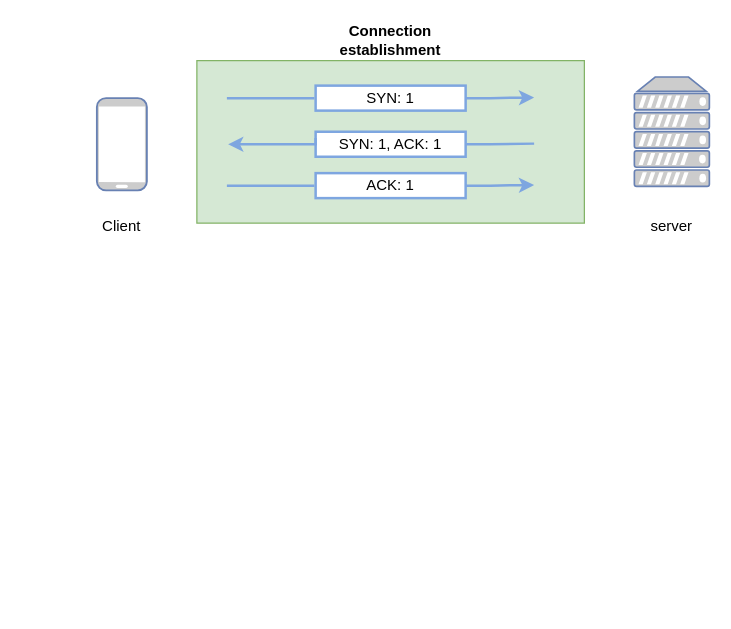
Above: tcp-three-way-handshake.drawio in baoqger/drawing.io (draw.io), before the change. Source tidied: cells renumbered, new cells numbered last; positions are measured from the earlier drawing's top-left corner, leaving out a move shared by most shapes. Both pictures are drawn from the tidied source at 125%, with x=0, y=0 at pixel (84, 21).
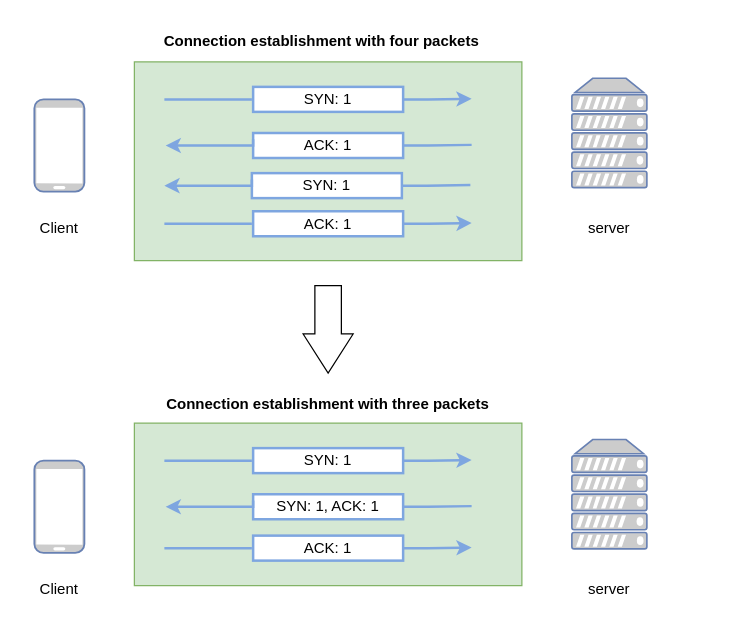
After the change.

The edit, as a diff of the source:
```diff
@@
-    <mxCell id="2" style="group;" parent="1" vertex="1">
-      <mxGeometry width="500" height="178.5" as="geometry" />
-    </mxCell>
+    <mxCell id="18" style="fontColor=#0066CC;verticalAlign=top;verticalLabelPosition=bottom;labelPosition=center;align=center;html=1;fillColor=#CCCCCC;strokeColor=#6881B3;gradientColor=none;gradientDirection=north;strokeWidth=2;shape=mxgraph.networks.server;" parent="1" vertex="1">
+      <mxGeometry x="390" y="45.1" width="60" height="87.5" as="geometry" />
+    </mxCell>
+    <mxCell id="19" style="fontColor=#0066CC;verticalAlign=top;verticalLabelPosition=bottom;labelPosition=center;align=center;html=1;fillColor=#CCCCCC;strokeColor=#6881B3;gradientColor=none;gradientDirection=north;strokeWidth=2;shape=mxgraph.networks.mobile;" parent="1" vertex="1">
+      <mxGeometry x="-40" y="62" width="40" height="73.8" as="geometry" />
+    </mxCell>
+    <mxCell id="20" value="Client" style="text;html=1;strokeColor=none;fillColor=none;align=center;verticalAlign=middle;whiteSpace=wrap;rounded=0;" parent="1" vertex="1">
+      <mxGeometry x="-50" y="149.5" width="60" height="30" as="geometry" />
+    </mxCell>
+    <mxCell id="21" value="server" style="text;html=1;strokeColor=none;fillColor=none;align=center;verticalAlign=middle;whiteSpace=wrap;rounded=0;" parent="1" vertex="1">
+      <mxGeometry x="390" y="149.5" width="60" height="30" as="geometry" />
+    </mxCell>
+    <mxCell id="22" style="rounded=0;whiteSpace=wrap;html=1;strokeColor=#82b366;strokeWidth=1;fillColor=#d5e8d4;" parent="1" vertex="1">
+      <mxGeometry x="40" y="32" width="310" height="159" as="geometry" />
+    </mxCell>
+    <mxCell id="23" value="Connection establishment with four packets" style="text;html=1;strokeColor=none;fillColor=none;align=center;verticalAlign=middle;whiteSpace=wrap;rounded=0;fontStyle=1;" parent="1" vertex="1">
+      <mxGeometry x="40" y="1" width="300" height="30" as="geometry" />
+    </mxCell>
+    <mxCell id="24" value="SYN: 1" style="rounded=0;whiteSpace=wrap;html=1;strokeColor=#7EA6E0;strokeWidth=2;" parent="1" vertex="1">
+      <mxGeometry x="135" y="52" width="120" height="20" as="geometry" />
+    </mxCell>
+    <mxCell id="25" style="endArrow=classic;html=1;rounded=0;edgeStyle=orthogonalEdgeStyle;strokeColor=#7EA6E0;strokeWidth=2;" parent="1" edge="1">
+      <mxGeometry x="150" y="70" as="geometry">
+        <mxPoint x="254.8" y="62" as="sourcePoint" />
+        <mxPoint x="309.8" y="61.5" as="targetPoint" />
+        <Array as="points">
+          <mxPoint x="274.8" y="62" />
+          <mxPoint x="274.8" y="62" />
+        </Array>
+      </mxGeometry>
+    </mxCell>
+    <mxCell id="26" style="line;strokeWidth=2;html=1;labelBorderColor=#3399FF;strokeColor=#7EA6E0;" parent="1" vertex="1">
+      <mxGeometry x="64" y="57" width="70" height="10" as="geometry" />
+    </mxCell>
+    <mxCell id="27" value="ACK: 1" style="rounded=0;whiteSpace=wrap;html=1;strokeColor=#7EA6E0;strokeWidth=2;" parent="1" vertex="1">
+      <mxGeometry x="135" y="88.9" width="120" height="20" as="geometry" />
+    </mxCell>
+    <mxCell id="28" style="endArrow=none;html=1;rounded=0;edgeStyle=orthogonalEdgeStyle;strokeColor=#7EA6E0;strokeWidth=2;endFill=0;" parent="1" edge="1">
+      <mxGeometry x="150" y="70" as="geometry">
+        <mxPoint x="254.8" y="98.9" as="sourcePoint" />
+        <mxPoint x="309.8" y="98.4" as="targetPoint" />
+        <Array as="points">
+          <mxPoint x="274.8" y="98.9" />
+          <mxPoint x="274.8" y="98.9" />
+        </Array>
+      </mxGeometry>
+    </mxCell>
+    <mxCell id="29" style="endArrow=none;html=1;rounded=0;edgeStyle=orthogonalEdgeStyle;strokeColor=#7EA6E0;strokeWidth=2;startArrow=classic;startFill=1;endFill=0;entryX=0;entryY=0.25;entryDx=0;entryDy=0;" parent="1" edge="1" target="27">
+      <mxGeometry x="150" y="70" as="geometry">
+        <mxPoint x="65" y="98.9" as="sourcePoint" />
+        <Array as="points">
+          <mxPoint x="135" y="99" />
+        </Array>
+      </mxGeometry>
+    </mxCell>
+    <mxCell id="30" value="ACK: 1" style="rounded=0;whiteSpace=wrap;html=1;strokeColor=#7EA6E0;strokeWidth=2;" parent="1" vertex="1">
+      <mxGeometry x="135" y="151.5" width="120" height="20" as="geometry" />
+    </mxCell>
+    <mxCell id="31" style="endArrow=classic;html=1;rounded=0;edgeStyle=orthogonalEdgeStyle;strokeColor=#7EA6E0;strokeWidth=2;" parent="1" edge="1">
+      <mxGeometry x="150" y="99.5" as="geometry">
+        <mxPoint x="254.8" y="161.5" as="sourcePoint" />
+        <mxPoint x="309.8" y="161" as="targetPoint" />
+        <Array as="points">
+          <mxPoint x="274.8" y="161.5" />
+          <mxPoint x="274.8" y="161.5" />
+        </Array>
+      </mxGeometry>
+    </mxCell>
+    <mxCell id="32" style="line;strokeWidth=2;html=1;labelBorderColor=#3399FF;strokeColor=#7EA6E0;" parent="1" vertex="1">
+      <mxGeometry x="64" y="156.5" width="70" height="10" as="geometry" />
+    </mxCell>
+    <mxCell id="33" value="SYN: 1" style="rounded=0;whiteSpace=wrap;html=1;strokeColor=#7EA6E0;strokeWidth=2;" parent="1" vertex="1">
+      <mxGeometry x="134" y="121" width="120" height="20" as="geometry" />
+    </mxCell>
+    <mxCell id="34" style="endArrow=none;html=1;rounded=0;edgeStyle=orthogonalEdgeStyle;strokeColor=#7EA6E0;strokeWidth=2;endFill=0;" parent="1" edge="1">
+      <mxGeometry x="149" y="102.1" as="geometry">
+        <mxPoint x="253.8" y="131" as="sourcePoint" />
+        <mxPoint x="308.8" y="130.5" as="targetPoint" />
+        <Array as="points">
+          <mxPoint x="273.8" y="131" />
+          <mxPoint x="273.8" y="131" />
+        </Array>
+      </mxGeometry>
+    </mxCell>
+    <mxCell id="35" style="endArrow=none;html=1;rounded=0;edgeStyle=orthogonalEdgeStyle;strokeColor=#7EA6E0;strokeWidth=2;startArrow=classic;startFill=1;endFill=0;entryX=0;entryY=0.25;entryDx=0;entryDy=0;" parent="1" edge="1" target="33">
+      <mxGeometry x="149" y="102.1" as="geometry">
+        <mxPoint x="64" y="131" as="sourcePoint" />
+        <Array as="points">
+          <mxPoint x="134" y="131.1" />
+        </Array>
+      </mxGeometry>
+    </mxCell>
+    <mxCell id="36" value="Connection establishment with three packets" style="text;html=1;strokeColor=none;fillColor=none;align=center;verticalAlign=middle;whiteSpace=wrap;rounded=0;fontStyle=1;" parent="1" vertex="1">
+      <mxGeometry x="40" y="291" width="310" height="30" as="geometry" />
+    </mxCell>
-    <mxCell id="3" style="fontColor=#0066CC;verticalAlign=top;verticalLabelPosition=bottom;labelPosition=center;align=center;html=1;fillColor=#CCCCCC;strokeColor=#6881B3;gradientColor=none;gradientDirection=north;strokeWidth=2;shape=mxgraph.networks.server;" parent="2" vertex="1">
-      <mxGeometry x="440" y="44.1" width="60" height="87.5" as="geometry" />
+    <mxCell id="3" style="fontColor=#0066CC;verticalAlign=top;verticalLabelPosition=bottom;labelPosition=center;align=center;html=1;fillColor=#CCCCCC;strokeColor=#6881B3;gradientColor=none;gradientDirection=north;strokeWidth=2;shape=mxgraph.networks.server;" parent="1" vertex="1">
+      <mxGeometry x="390" y="334.1" width="60" height="87.5" as="geometry" />
     </mxCell>
-    <mxCell id="4" style="fontColor=#0066CC;verticalAlign=top;verticalLabelPosition=bottom;labelPosition=center;align=center;html=1;fillColor=#CCCCCC;strokeColor=#6881B3;gradientColor=none;gradientDirection=north;strokeWidth=2;shape=mxgraph.networks.mobile;" parent="2" vertex="1">
-      <mxGeometry x="10" y="61" width="40" height="73.8" as="geometry" />
+    <mxCell id="4" style="fontColor=#0066CC;verticalAlign=top;verticalLabelPosition=bottom;labelPosition=center;align=center;html=1;fillColor=#CCCCCC;strokeColor=#6881B3;gradientColor=none;gradientDirection=north;strokeWidth=2;shape=mxgraph.networks.mobile;" parent="1" vertex="1">
+      <mxGeometry x="-40" y="351" width="40" height="73.8" as="geometry" />
     </mxCell>
-    <mxCell id="5" value="Client" style="text;html=1;strokeColor=none;fillColor=none;align=center;verticalAlign=middle;whiteSpace=wrap;rounded=0;" parent="2" vertex="1">
-      <mxGeometry y="148.5" width="60" height="30" as="geometry" />
+    <mxCell id="5" value="Client" style="text;html=1;strokeColor=none;fillColor=none;align=center;verticalAlign=middle;whiteSpace=wrap;rounded=0;" parent="1" vertex="1">
+      <mxGeometry x="-50" y="438.5" width="60" height="30" as="geometry" />
     </mxCell>
-    <mxCell id="6" value="server" style="text;html=1;strokeColor=none;fillColor=none;align=center;verticalAlign=middle;whiteSpace=wrap;rounded=0;" parent="2" vertex="1">
-      <mxGeometry x="440" y="148.5" width="60" height="30" as="geometry" />
+    <mxCell id="6" value="server" style="text;html=1;strokeColor=none;fillColor=none;align=center;verticalAlign=middle;whiteSpace=wrap;rounded=0;" parent="1" vertex="1">
+      <mxGeometry x="390" y="438.5" width="60" height="30" as="geometry" />
     </mxCell>
-    <mxCell id="7" style="rounded=0;whiteSpace=wrap;html=1;strokeColor=#82b366;strokeWidth=1;fillColor=#d5e8d4;" parent="2" vertex="1">
-      <mxGeometry x="90" y="31" width="310" height="130" as="geometry" />
+    <mxCell id="7" style="rounded=0;whiteSpace=wrap;html=1;strokeColor=#82b366;strokeWidth=1;fillColor=#d5e8d4;" parent="1" vertex="1">
+      <mxGeometry x="40" y="321" width="310" height="130" as="geometry" />
     </mxCell>
-    <mxCell id="8" value="Connection establishment" style="text;html=1;strokeColor=none;fillColor=none;align=center;verticalAlign=middle;whiteSpace=wrap;rounded=0;fontStyle=1;" parent="2" vertex="1">
-      <mxGeometry x="186.2" width="117.5" height="30" as="geometry" />
-    </mxCell>
-    <mxCell id="9" value="SYN: 1" style="rounded=0;whiteSpace=wrap;html=1;strokeColor=#7EA6E0;strokeWidth=2;" parent="2" vertex="1">
-      <mxGeometry x="185" y="51" width="120" height="20" as="geometry" />
+    <mxCell id="9" value="SYN: 1" style="rounded=0;whiteSpace=wrap;html=1;strokeColor=#7EA6E0;strokeWidth=2;" parent="1" vertex="1">
+      <mxGeometry x="135" y="341" width="120" height="20" as="geometry" />
     </mxCell>
-    <mxCell id="10" style="endArrow=classic;html=1;rounded=0;edgeStyle=orthogonalEdgeStyle;strokeColor=#7EA6E0;strokeWidth=2;" parent="2" edge="1">
-      <mxGeometry relative="1" as="geometry">
-        <mxPoint x="304.8" y="61" as="sourcePoint" />
-        <mxPoint x="359.8" y="60.5" as="targetPoint" />
+    <mxCell id="10" style="endArrow=classic;html=1;rounded=0;edgeStyle=orthogonalEdgeStyle;strokeColor=#7EA6E0;strokeWidth=2;" parent="1" edge="1">
+      <mxGeometry x="150" y="359" as="geometry">
+        <mxPoint x="254.8" y="351" as="sourcePoint" />
+        <mxPoint x="309.8" y="350.5" as="targetPoint" />
         <Array as="points">
-          <mxPoint x="324.8" y="61" />
-          <mxPoint x="324.8" y="61" />
+          <mxPoint x="274.8" y="351" />
+          <mxPoint x="274.8" y="351" />
         </Array>
       </mxGeometry>
     </mxCell>
-    <mxCell id="11" style="line;strokeWidth=2;html=1;labelBorderColor=#3399FF;strokeColor=#7EA6E0;" parent="2" vertex="1">
-      <mxGeometry x="114" y="56" width="70" height="10" as="geometry" />
+    <mxCell id="11" style="line;strokeWidth=2;html=1;labelBorderColor=#3399FF;strokeColor=#7EA6E0;" parent="1" vertex="1">
+      <mxGeometry x="64" y="346" width="70" height="10" as="geometry" />
     </mxCell>
-    <mxCell id="12" value="SYN: 1, ACK: 1" style="rounded=0;whiteSpace=wrap;html=1;strokeColor=#7EA6E0;strokeWidth=2;" parent="2" vertex="1">
-      <mxGeometry x="185" y="87.9" width="120" height="20" as="geometry" />
+    <mxCell id="12" value="SYN: 1, ACK: 1" style="rounded=0;whiteSpace=wrap;html=1;strokeColor=#7EA6E0;strokeWidth=2;" parent="1" vertex="1">
+      <mxGeometry x="135" y="377.9" width="120" height="20" as="geometry" />
     </mxCell>
-    <mxCell id="13" style="endArrow=none;html=1;rounded=0;edgeStyle=orthogonalEdgeStyle;strokeColor=#7EA6E0;strokeWidth=2;endFill=0;" parent="2" edge="1">
-      <mxGeometry relative="1" as="geometry">
-        <mxPoint x="304.8" y="97.9" as="sourcePoint" />
-        <mxPoint x="359.8" y="97.4" as="targetPoint" />
+    <mxCell id="13" style="endArrow=none;html=1;rounded=0;edgeStyle=orthogonalEdgeStyle;strokeColor=#7EA6E0;strokeWidth=2;endFill=0;" parent="1" edge="1">
+      <mxGeometry x="150" y="359" as="geometry">
+        <mxPoint x="254.8" y="387.9" as="sourcePoint" />
+        <mxPoint x="309.8" y="387.4" as="targetPoint" />
         <Array as="points">
-          <mxPoint x="324.8" y="97.9" />
-          <mxPoint x="324.8" y="97.9" />
+          <mxPoint x="274.8" y="387.9" />
+          <mxPoint x="274.8" y="387.9" />
         </Array>
       </mxGeometry>
     </mxCell>
-    <mxCell id="14" style="endArrow=none;html=1;rounded=0;edgeStyle=orthogonalEdgeStyle;strokeColor=#7EA6E0;strokeWidth=2;startArrow=classic;startFill=1;endFill=0;entryX=0;entryY=0.25;entryDx=0;entryDy=0;" parent="2" edge="1" target="12">
-      <mxGeometry relative="1" as="geometry">
-        <mxPoint x="115" y="97.9" as="sourcePoint" />
+    <mxCell id="14" style="endArrow=none;html=1;rounded=0;edgeStyle=orthogonalEdgeStyle;strokeColor=#7EA6E0;strokeWidth=2;startArrow=classic;startFill=1;endFill=0;entryX=0;entryY=0.25;entryDx=0;entryDy=0;" parent="1" edge="1" target="12">
+      <mxGeometry x="150" y="359" as="geometry">
+        <mxPoint x="65" y="387.9" as="sourcePoint" />
         <Array as="points">
-          <mxPoint x="185" y="98" />
+          <mxPoint x="135" y="388" />
         </Array>
       </mxGeometry>
     </mxCell>
-    <mxCell id="15" value="ACK: 1" style="rounded=0;whiteSpace=wrap;html=1;strokeColor=#7EA6E0;strokeWidth=2;" parent="2" vertex="1">
-      <mxGeometry x="185" y="121" width="120" height="20" as="geometry" />
+    <mxCell id="15" value="ACK: 1" style="rounded=0;whiteSpace=wrap;html=1;strokeColor=#7EA6E0;strokeWidth=2;" parent="1" vertex="1">
+      <mxGeometry x="135" y="411" width="120" height="20" as="geometry" />
     </mxCell>
-    <mxCell id="16" style="endArrow=classic;html=1;rounded=0;edgeStyle=orthogonalEdgeStyle;strokeColor=#7EA6E0;strokeWidth=2;" parent="2" edge="1">
-      <mxGeometry relative="1" as="geometry">
-        <mxPoint x="304.8" y="131" as="sourcePoint" />
-        <mxPoint x="359.8" y="130.5" as="targetPoint" />
+    <mxCell id="16" style="endArrow=classic;html=1;rounded=0;edgeStyle=orthogonalEdgeStyle;strokeColor=#7EA6E0;strokeWidth=2;" parent="1" edge="1">
+      <mxGeometry x="150" y="359" as="geometry">
+        <mxPoint x="254.8" y="421" as="sourcePoint" />
+        <mxPoint x="309.8" y="420.5" as="targetPoint" />
         <Array as="points">
-          <mxPoint x="324.8" y="131" />
-          <mxPoint x="324.8" y="131" />
+          <mxPoint x="274.8" y="421" />
+          <mxPoint x="274.8" y="421" />
         </Array>
       </mxGeometry>
     </mxCell>
-    <mxCell id="17" style="line;strokeWidth=2;html=1;labelBorderColor=#3399FF;strokeColor=#7EA6E0;" parent="2" vertex="1">
-      <mxGeometry x="114" y="126" width="70" height="10" as="geometry" />
+    <mxCell id="17" style="line;strokeWidth=2;html=1;labelBorderColor=#3399FF;strokeColor=#7EA6E0;" parent="1" vertex="1">
+      <mxGeometry x="64" y="416" width="70" height="10" as="geometry" />
     </mxCell>
+    <mxCell id="37" style="html=1;shadow=0;dashed=0;align=center;verticalAlign=middle;shape=mxgraph.arrows2.arrow;dy=0.47;dx=31.33;direction=south;notch=0;" parent="1" vertex="1">
+      <mxGeometry x="175" y="211" width="40" height="70" as="geometry" />
+    </mxCell>
```
